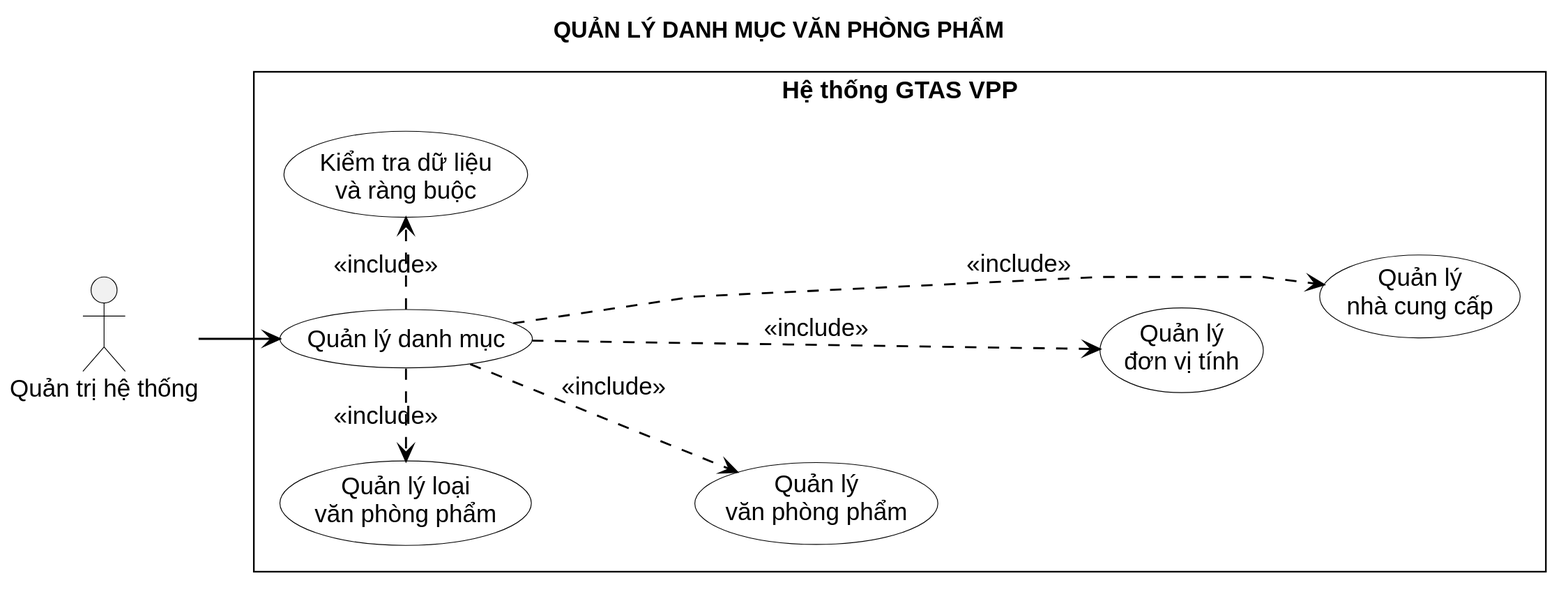
Above: LVTN/diagrams/ch03/use-case-manage-catalog.svg in Miikey24s/gtas_vpp (PlantUML), before the change.
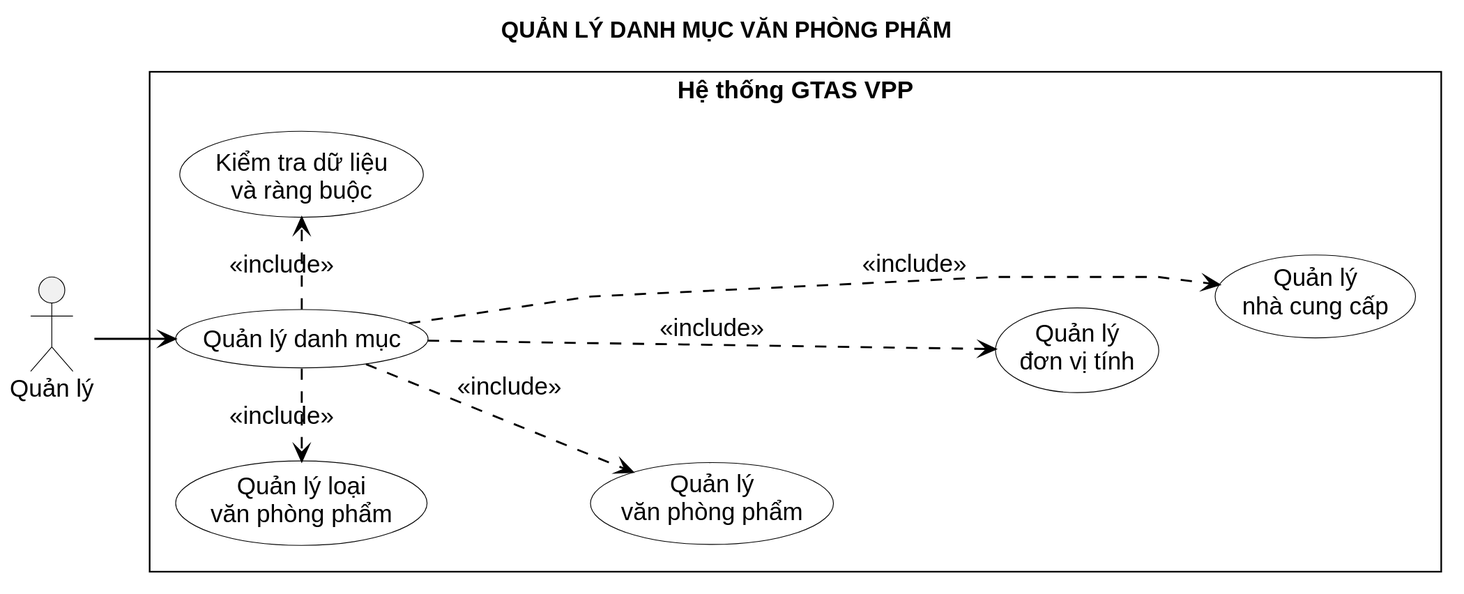
Above is the later version.

What changed in the source:
```diff
@@ -3,7 +3,7 @@
 title QUẢN LÝ DANH MỤC VĂN PHÒNG PHẨM
 
 left to right direction
-actor "Quản trị hệ thống" as Admin
+actor "Quản lý" as Admin
 
 rectangle "Hệ thống GTAS VPP" {
   usecase "Quản lý danh mục" as Catalog
```
